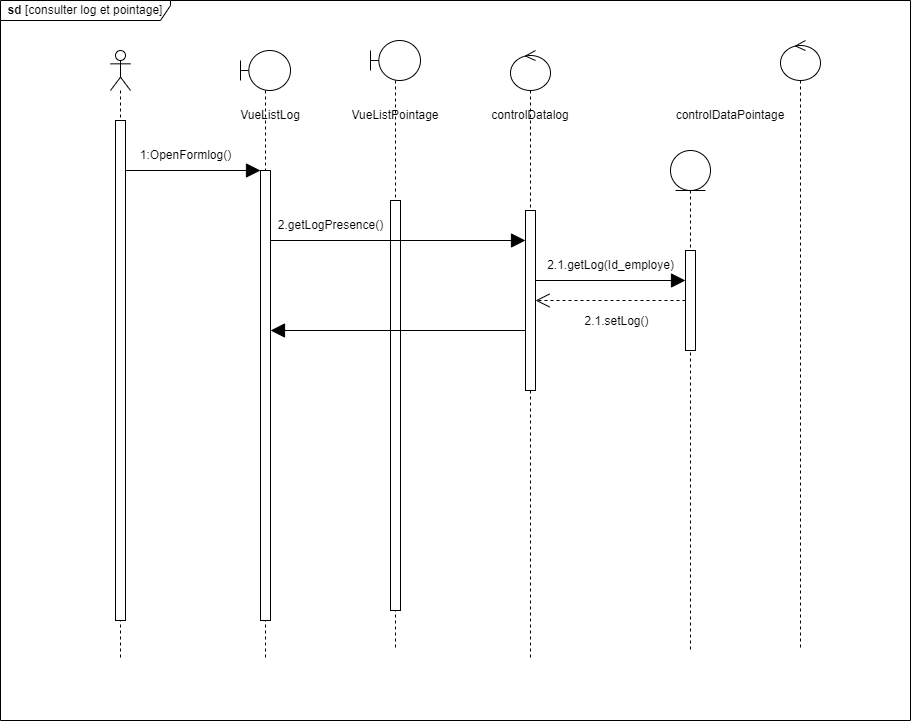
This is static/Diagramme des séquences conceptuel  log et pointage .drawio.png from Siluearsene/borne_biometrique, a draw.io export, as it was before one commit. Source tidied: cells renumbered, new cells last; positions are measured from the earlier drawing's top-left corner, leaving out a move shared by most shapes.
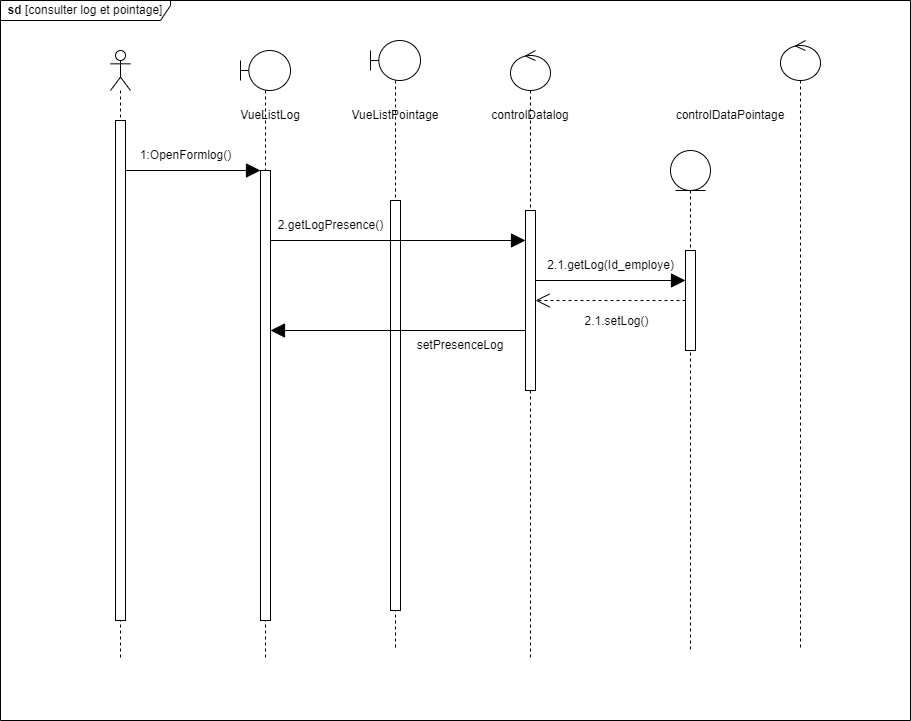
The same diagram one commit later.

Commit message:
Mettre à jour Diagramme des séquences conceptuel  log et pointage .drawio.png

The edit, as a diff of the source:
```diff
@@ -89,5 +89,8 @@
         <mxPoint x="270" y="330" as="targetPoint" />
       </mxGeometry>
     </mxCell>
+    <mxCell id="27" value="setPresenceLog" style="text;html=1;strokeColor=none;fillColor=none;align=center;verticalAlign=middle;whiteSpace=wrap;rounded=0;" parent="1" vertex="1">
+      <mxGeometry x="430" y="330" width="60" height="30" as="geometry" />
+    </mxCell>
   </root>
 </mxGraphModel>
```
